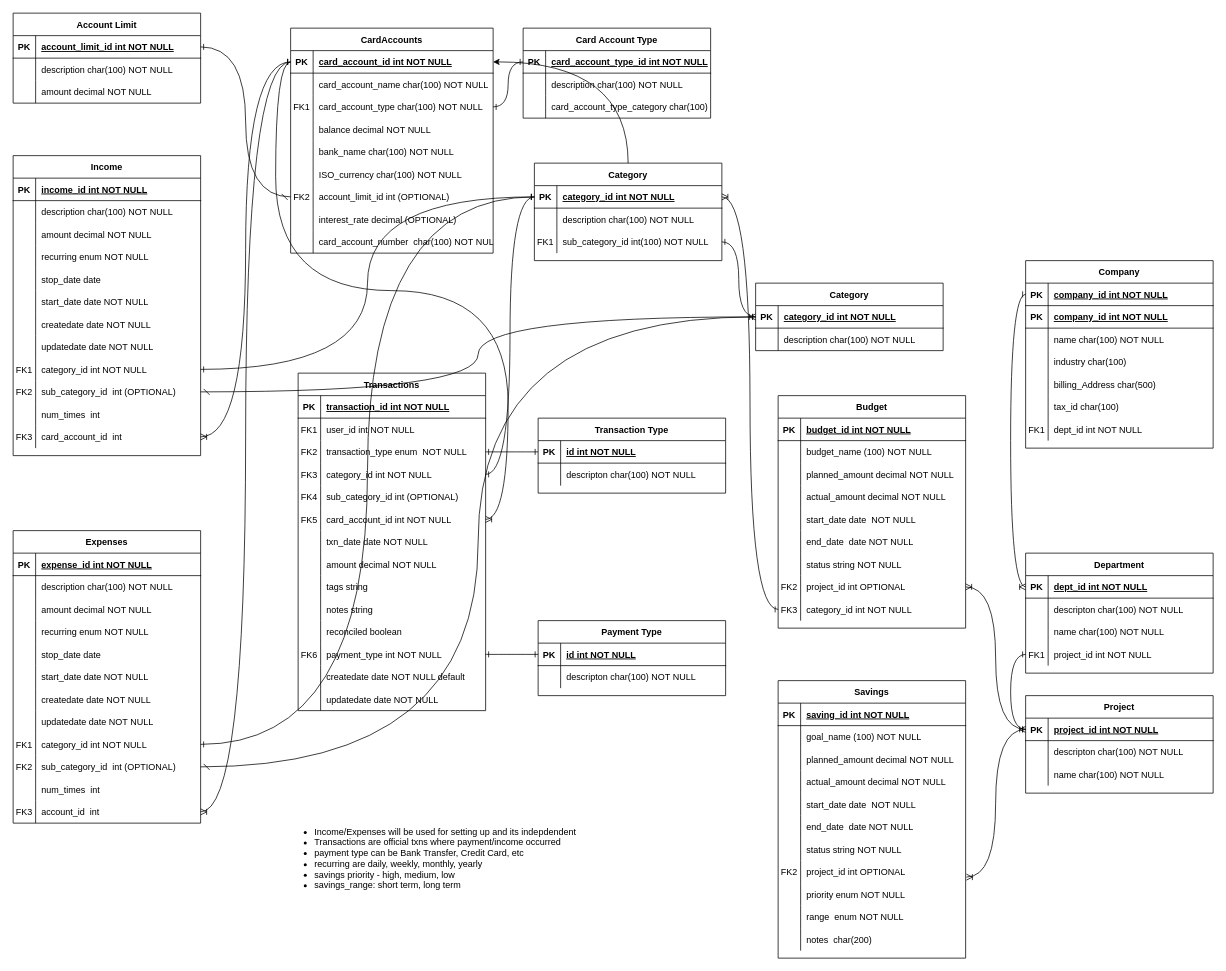
Before: mockitplace.drawio in itpreneur/123-Essential-JavaScript-Interview-Questions, a draw.io diagram. Source tidied: cells renumbered, new cells numbered last; positions are measured from the earlier drawing's top-left corner, leaving out a move shared by most shapes. Both pictures are drawn from the tidied source at 75%, with x=0, y=0 at pixel (13, 13).
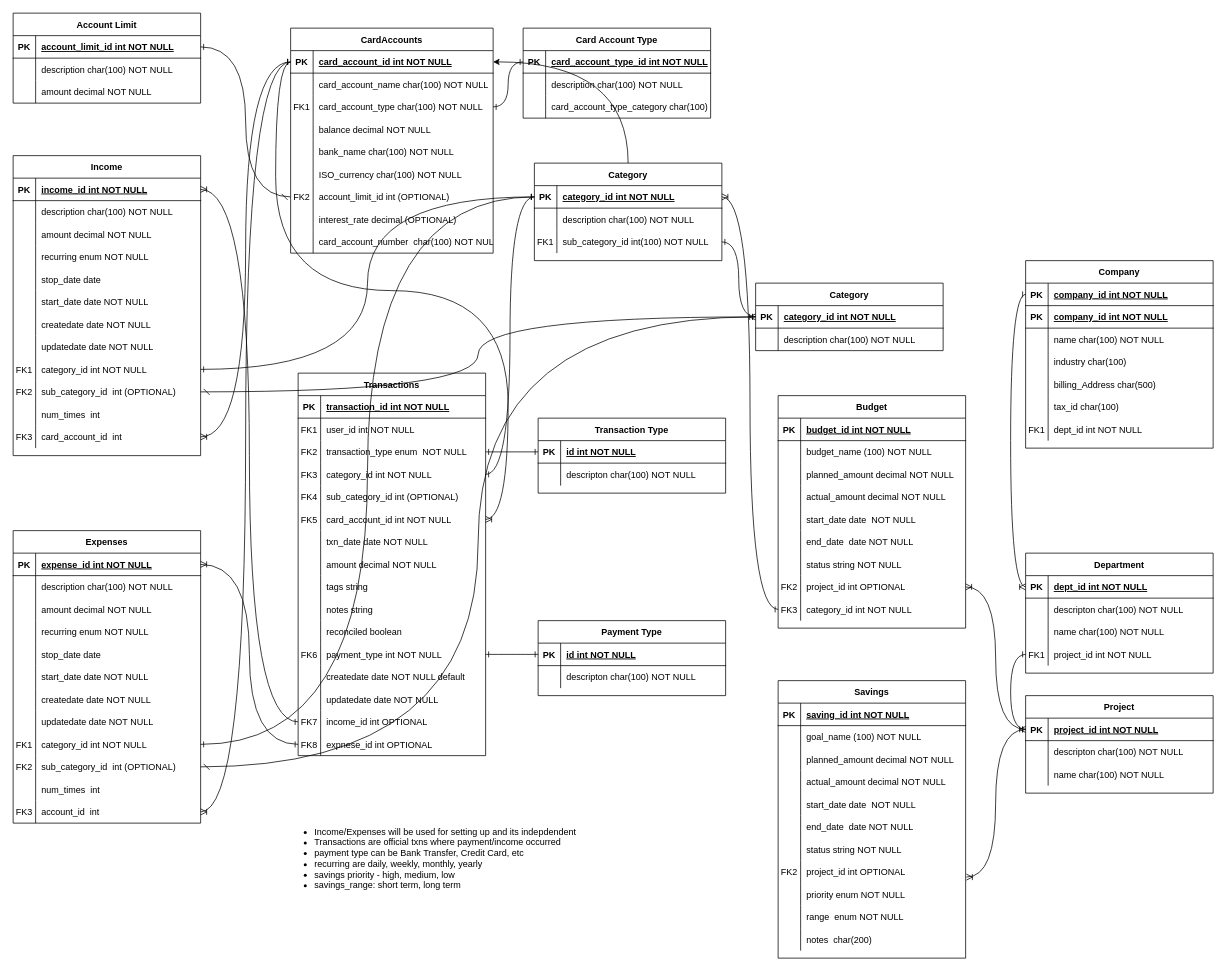
After the change.

Unchanged cells that the change refers to:
```xml
<mxCell id="90" style="shape=partialRectangle;fillColor=none;points=[[0,0.5],[1,0.5]];portConstraint=eastwest;top=0;left=0;right=0;bottom=1;" parent="89" vertex="1">
  <mxGeometry y="30" width="250" height="30" as="geometry" />
</mxCell>
<mxCell id="127" style="shape=partialRectangle;fillColor=none;points=[[0,0.5],[1,0.5]];portConstraint=eastwest;top=0;left=0;right=0;bottom=1;" parent="126" vertex="1">
  <mxGeometry y="30" width="250" height="30" as="geometry" />
</mxCell>
```

Diff of the diagram source:
```diff
@@
     <mxCell id="2" value="Transactions" style="shape=table;startSize=30;childLayout=tableLayout;rowLines=0;fontStyle=1;align=center;" parent="1" vertex="1">
-      <mxGeometry x="380" y="480" width="250" height="450" as="geometry" />
+      <mxGeometry x="380" y="480" width="250" height="510" as="geometry" />
     </mxCell>
@@
+    <mxCell id="325" style="shape=partialRectangle;fillColor=none;points=[[0,0.5],[1,0.5]];portConstraint=eastwest;top=0;left=0;right=0;bottom=0;" parent="2" vertex="1">
+      <mxGeometry y="450" width="250" height="30" as="geometry" />
+    </mxCell>
+    <mxCell id="326" value="FK7" style="shape=partialRectangle;overflow=hidden;fillColor=none;top=0;left=0;bottom=0;right=0;" parent="325" vertex="1">
+      <mxGeometry width="30" height="30" as="geometry" />
+    </mxCell>
+    <mxCell id="327" value="income_id int OPTIONAL " style="shape=partialRectangle;overflow=hidden;fillColor=none;top=0;left=0;bottom=0;right=0;align=left;spacingLeft=6;" parent="325" vertex="1">
+      <mxGeometry x="30" width="220" height="30" as="geometry" />
+    </mxCell>
+    <mxCell id="328" style="shape=partialRectangle;fillColor=none;points=[[0,0.5],[1,0.5]];portConstraint=eastwest;top=0;left=0;right=0;bottom=0;" parent="2" vertex="1">
+      <mxGeometry y="480" width="250" height="30" as="geometry" />
+    </mxCell>
+    <mxCell id="329" value="FK8" style="shape=partialRectangle;overflow=hidden;fillColor=none;top=0;left=0;bottom=0;right=0;" parent="328" vertex="1">
+      <mxGeometry width="30" height="30" as="geometry" />
+    </mxCell>
+    <mxCell id="330" value="expnese_id int OPTIONAL " style="shape=partialRectangle;overflow=hidden;fillColor=none;top=0;left=0;bottom=0;right=0;align=left;spacingLeft=6;" parent="328" vertex="1">
+      <mxGeometry x="30" width="220" height="30" as="geometry" />
+    </mxCell>
@@
+    <mxCell id="331" style="edgeStyle=orthogonalEdgeStyle;rounded=0;jettySize=auto;html=1;curved=1;startArrow=ERone;startFill=0;endArrow=ERoneToMany;endFill=0;" parent="1" edge="1" source="328" target="127">
+      <mxGeometry relative="1" as="geometry" />
+    </mxCell>
+    <mxCell id="332" style="edgeStyle=orthogonalEdgeStyle;rounded=0;jettySize=auto;html=1;curved=1;startArrow=ERone;startFill=0;endArrow=ERoneToMany;endFill=0;" parent="1" edge="1" source="325" target="90">
+      <mxGeometry relative="1" as="geometry" />
+    </mxCell>
```
